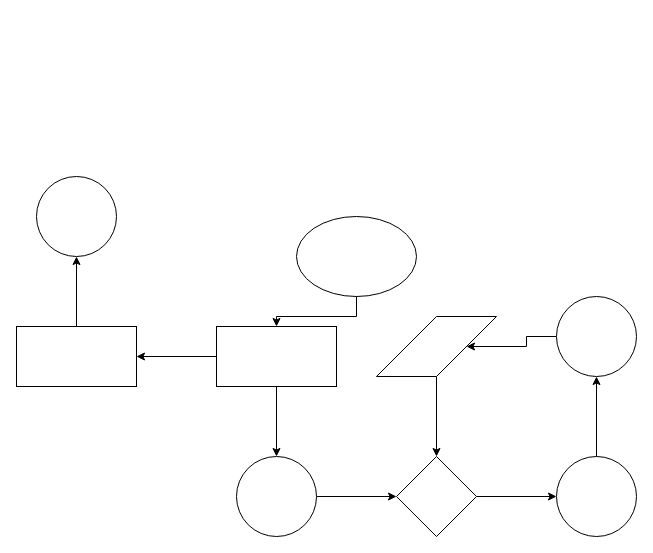
This is Диаграмма без названия.drawio from andriisemeniuta/goit-pyweb2.0-01, a draw.io file, before an edit. Source tidied: cells renumbered, new cells numbered last; positions are measured from the earlier drawing's top-left corner, leaving out a move shared by most shapes. Both pictures are drawn from the tidied source at 100%, with x=0, y=0 at pixel (16, 176).
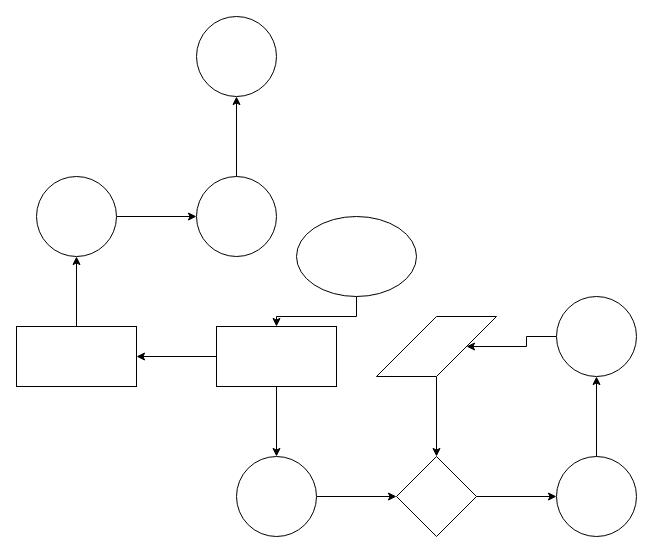
The same diagram, later.

Commit message:
Обновить Диаграмма без названия333.drawio

Unchanged cells that the change refers to:
```xml
<mxCell id="19" style="ellipse;whiteSpace=wrap;html=1;rounded=0;" parent="1" vertex="1">
  <mxGeometry x="20" width="80" height="80" as="geometry" />
</mxCell>
```

The edit, as a diff of the source:
```diff
@@
+    <mxCell id="20" style="edgeStyle=orthogonalEdgeStyle;rounded=0;jettySize=auto;html=1;" parent="1" edge="1" source="19" target="22">
+      <mxGeometry relative="1" as="geometry" />
+    </mxCell>
@@
+    <mxCell id="21" style="edgeStyle=orthogonalEdgeStyle;rounded=0;jettySize=auto;html=1;" parent="1" edge="1" source="22" target="23">
+      <mxGeometry relative="1" as="geometry" />
+    </mxCell>
+    <mxCell id="22" style="ellipse;whiteSpace=wrap;html=1;rounded=0;" parent="1" vertex="1">
+      <mxGeometry x="180" width="80" height="80" as="geometry" />
+    </mxCell>
+    <mxCell id="23" style="ellipse;whiteSpace=wrap;html=1;rounded=0;" parent="1" vertex="1">
+      <mxGeometry x="180" y="-160" width="80" height="80" as="geometry" />
+    </mxCell>
```
